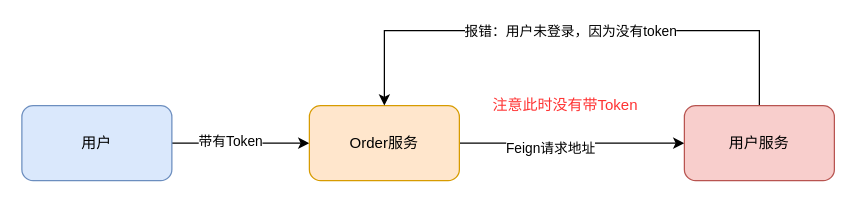
Earlier version of the draw.io diagram order_call_user_service_without_token.drawio (cjaack2/Images_Repository). Source tidied: cells renumbered, new cells numbered last; positions are measured from the earlier drawing's top-left corner, leaving out a move shared by most shapes. Both pictures are drawn from the tidied source at 125%, with x=0, y=0 at pixel (21, 30).
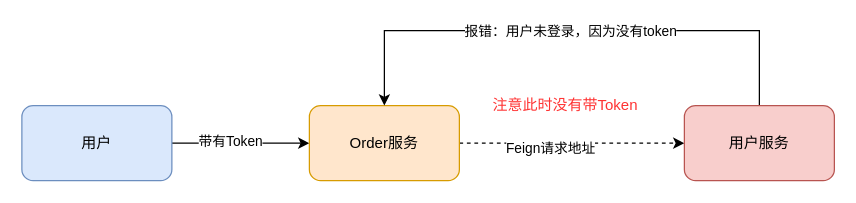
The same page after the edit.

Diff of the diagram source:
```diff
@@
 <mxGraphModel>
   <root>
     <mxCell id="0" />
     <mxCell id="1" parent="0" />
     <mxCell id="2" style="edgeStyle=orthogonalEdgeStyle;rounded=0;jettySize=auto;html=1;exitX=1;exitY=0.5;exitDx=0;exitDy=0;entryX=0;entryY=0.5;entryDx=0;entryDy=0;" parent="1" edge="1" source="4" target="7">
       <mxGeometry relative="1" as="geometry" />
     </mxCell>
     <mxCell id="3" value="带有Token" style="edgeLabel;html=1;align=center;verticalAlign=middle;" parent="2" vertex="1">
       <mxGeometry x="-0.16" y="2" relative="1" as="geometry" />
     </mxCell>
     <mxCell id="4" value="用户" style="rounded=1;whiteSpace=wrap;html=1;fillColor=#dae8fc;strokeColor=#6c8ebf;" parent="1" vertex="1">
       <mxGeometry y="60" width="120" height="60" as="geometry" />
     </mxCell>
-    <mxCell id="5" style="edgeStyle=orthogonalEdgeStyle;rounded=0;jettySize=auto;html=1;" parent="1" edge="1" source="7" target="10">
+    <mxCell id="5" style="edgeStyle=orthogonalEdgeStyle;rounded=0;jettySize=auto;html=1;dashed=1;" parent="1" edge="1" source="7" target="10">
       <mxGeometry relative="1" as="geometry" />
     </mxCell>
     <mxCell id="6" value="Feign请求地址" style="edgeLabel;html=1;align=center;verticalAlign=middle;" parent="5" vertex="1">
       <mxGeometry x="-0.2" y="-3" relative="1" as="geometry" />
     </mxCell>
     <mxCell id="7" value="Order服务" style="rounded=1;whiteSpace=wrap;html=1;fillColor=#ffe6cc;strokeColor=#d79b00;" parent="1" vertex="1">
       <mxGeometry x="230" y="60" width="120" height="60" as="geometry" />
     </mxCell>
     <mxCell id="8" style="edgeStyle=orthogonalEdgeStyle;rounded=0;jettySize=auto;html=1;exitX=0.5;exitY=0;exitDx=0;exitDy=0;entryX=0.5;entryY=0;entryDx=0;entryDy=0;fontColor=#FF3333;" parent="1" edge="1" source="10" target="7">
       <mxGeometry relative="1" as="geometry">
         <Array as="points">
           <mxPoint x="590" />
           <mxPoint x="290" />
         </Array>
       </mxGeometry>
     </mxCell>
     <mxCell id="9" value="&lt;font color=&quot;#000000&quot;&gt;报错：用户未登录，因为没有token&lt;/font&gt;" style="edgeLabel;html=1;align=center;verticalAlign=middle;fontColor=#FF3333;" parent="8" vertex="1">
       <mxGeometry x="0.01" relative="1" as="geometry" />
     </mxCell>
     <mxCell id="10" value="用户服务" style="rounded=1;whiteSpace=wrap;html=1;fillColor=#f8cecc;strokeColor=#b85450;" parent="1" vertex="1">
       <mxGeometry x="530" y="60" width="120" height="60" as="geometry" />
     </mxCell>
     <mxCell id="11" value="注意此时没有带Token" style="text;html=1;strokeColor=none;fillColor=none;align=center;verticalAlign=middle;whiteSpace=wrap;rounded=0;fontColor=#FF3333;" parent="1" vertex="1">
       <mxGeometry x="370" y="50" width="130" height="20" as="geometry" />
     </mxCell>
   </root>
 </mxGraphModel>
```
